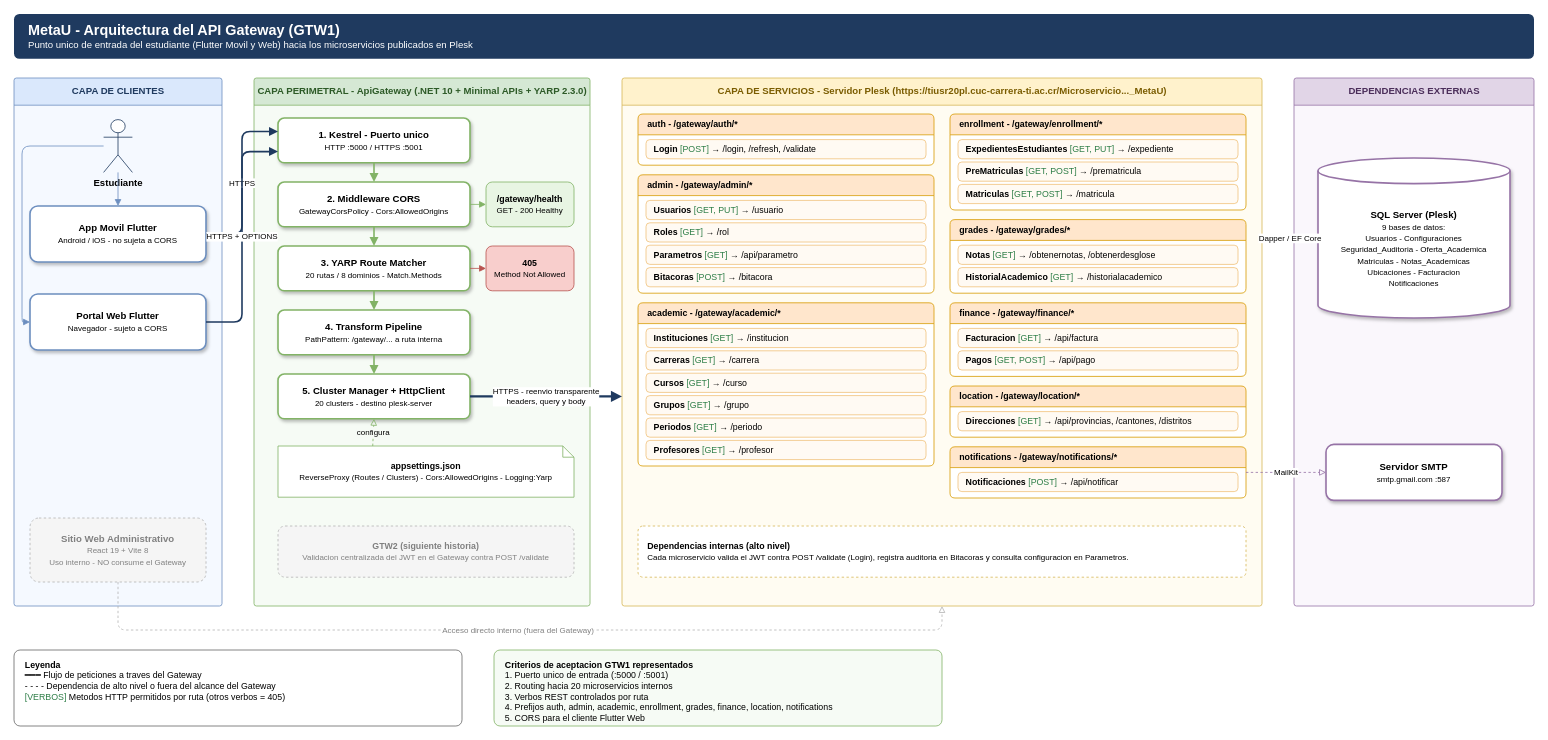
AskingManCode/MetaU keeps this draw.io diagram as Documentacion/Diagramas Generales/Diagrama_Arquitectura_APIGateway.drawio. Above is the earlier version. Source tidied: cells renumbered, new cells numbered last; positions are measured from the earlier drawing's top-left corner, leaving out a move shared by most shapes. Both pictures are drawn from the tidied source at 80%, with x=0, y=0 at pixel (14, 14).
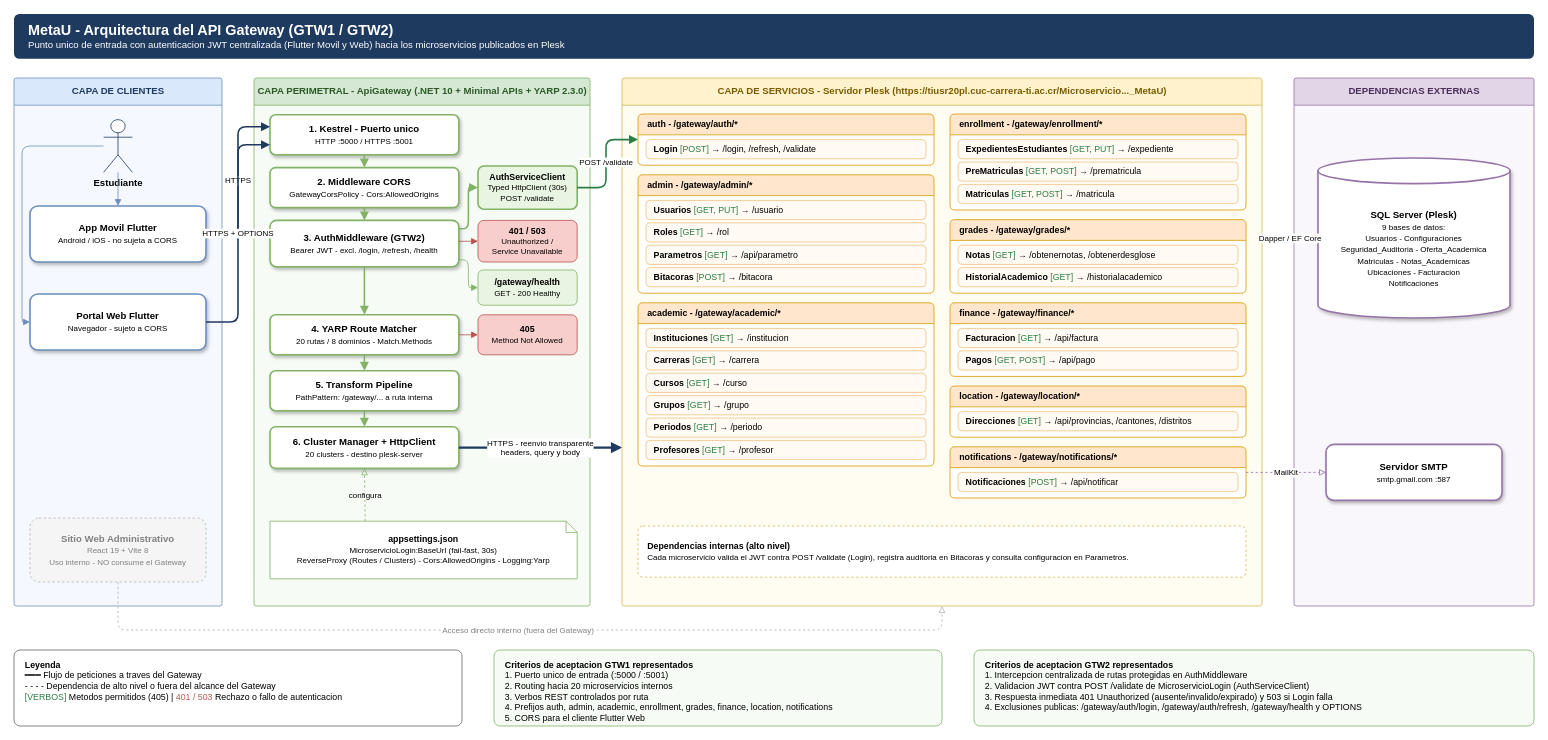
The same page after the edit.

Commit message (it also covers changes not shown here):
docs: actualizar READMEs y diagrama de arquitectura para GTW2

The change refers to these unchanged cells:
```xml
<mxCell id="8" value="CAPA PERIMETRAL - ApiGateway (.NET 10 + Minimal APIs + YARP 2.3.0)" style="swimlane;startSize=34;html=1;rounded=1;arcSize=3;fillColor=#D5E8D4;strokeColor=#82B366;swimlaneFillColor=#F6FBF5;fontStyle=1;fontSize=12;fontColor=#2D5A27;" parent="1" vertex="1">
  <mxGeometry x="300" y="80" width="420" height="660" as="geometry" />
</mxCell>
<mxCell id="18" value="CAPA DE SERVICIOS - Servidor Plesk (https://tiusr20pl.cuc-carrera-ti.ac.cr/Microservicio..._MetaU)" style="swimlane;startSize=34;html=1;rounded=1;arcSize=3;fillColor=#FFF2CC;strokeColor=#D6B656;swimlaneFillColor=#FFFCF2;fontStyle=1;fontSize=12;fontColor=#7A5C00;" parent="1" vertex="1">
  <mxGeometry x="760" y="80" width="800" height="660" as="geometry" />
</mxCell>
<mxCell id="19" value="auth  -  /gateway/auth/*" style="swimlane;startSize=26;html=1;rounded=1;arcSize=8;fillColor=#FFE6CC;strokeColor=#D79B00;swimlaneFillColor=#FFFFFF;fontStyle=1;fontSize=11;align=left;spacingLeft=10;" parent="18" vertex="1">
  <mxGeometry x="20" y="45" width="370" height="64" as="geometry" />
</mxCell>
```

Diff of the diagram source:
```diff
@@
-    <mxCell id="2" value="&lt;b&gt;&lt;font style='font-size:18px'&gt;MetaU - Arquitectura del API Gateway (GTW1)&lt;/font&gt;&lt;/b&gt;&lt;br&gt;Punto unico de entrada del estudiante (Flutter Movil y Web) hacia los microservicios publicados en Plesk" style="rounded=1;arcSize=12;whiteSpace=wrap;html=1;fillColor=#1F3A5F;strokeColor=none;fontColor=#FFFFFF;fontSize=12;align=left;spacingLeft=16;" parent="1" vertex="1">
+    <mxCell id="2" value="&lt;b&gt;&lt;font style='font-size:18px'&gt;MetaU - Arquitectura del API Gateway (GTW1 / GTW2)&lt;/font&gt;&lt;/b&gt;&lt;br&gt;Punto unico de entrada con autenticacion JWT centralizada (Flutter Movil y Web) hacia los microservicios publicados en Plesk" style="rounded=1;arcSize=12;whiteSpace=wrap;html=1;fillColor=#1F3A5F;strokeColor=none;fontColor=#FFFFFF;fontSize=12;align=left;spacingLeft=16;" parent="1" vertex="1">
       <mxGeometry width="1900" height="56" as="geometry" />
     </mxCell>
@@
     <mxCell id="9" value="&lt;b&gt;1. Kestrel - Puerto unico&lt;/b&gt;&lt;br&gt;&lt;font style='font-size:10px'&gt;HTTP :5000 / HTTPS :5001&lt;/font&gt;" style="rounded=1;arcSize=14;whiteSpace=wrap;html=1;fillColor=#FFFFFF;strokeColor=#82B366;strokeWidth=2;shadow=1;fontSize=12;" parent="8" vertex="1">
-      <mxGeometry x="30" y="50" width="240" height="56" as="geometry" />
+      <mxGeometry x="20" y="46" width="236" height="50" as="geometry" />
     </mxCell>
     <mxCell id="10" value="&lt;b&gt;2. Middleware CORS&lt;/b&gt;&lt;br&gt;&lt;font style='font-size:10px'&gt;GatewayCorsPolicy - Cors:AllowedOrigins&lt;/font&gt;" style="rounded=1;arcSize=14;whiteSpace=wrap;html=1;fillColor=#FFFFFF;strokeColor=#82B366;strokeWidth=2;shadow=1;fontSize=12;" parent="8" vertex="1">
-      <mxGeometry x="30" y="130" width="240" height="56" as="geometry" />
+      <mxGeometry x="20" y="112" width="236" height="50" as="geometry" />
     </mxCell>
+    <mxCell id="68" value="&lt;b&gt;3. AuthMiddleware (GTW2)&lt;/b&gt;&lt;br&gt;&lt;font style='font-size:10px'&gt;Bearer JWT - excl. /login, /refresh, /health&lt;/font&gt;" style="rounded=1;arcSize=14;whiteSpace=wrap;html=1;fillColor=#FFFFFF;strokeColor=#82B366;strokeWidth=2;shadow=1;fontSize=12;" parent="8" vertex="1">
+      <mxGeometry x="20" y="178" width="236" height="58" as="geometry" />
+    </mxCell>
-    <mxCell id="11" value="&lt;b&gt;3. YARP Route Matcher&lt;/b&gt;&lt;br&gt;&lt;font style='font-size:10px'&gt;20 rutas / 8 dominios - Match.Methods&lt;/font&gt;" style="rounded=1;arcSize=14;whiteSpace=wrap;html=1;fillColor=#FFFFFF;strokeColor=#82B366;strokeWidth=2;shadow=1;fontSize=12;" parent="8" vertex="1">
-      <mxGeometry x="30" y="210" width="240" height="56" as="geometry" />
+    <mxCell id="11" value="&lt;b&gt;4. YARP Route Matcher&lt;/b&gt;&lt;br&gt;&lt;font style='font-size:10px'&gt;20 rutas / 8 dominios - Match.Methods&lt;/font&gt;" style="rounded=1;arcSize=14;whiteSpace=wrap;html=1;fillColor=#FFFFFF;strokeColor=#82B366;strokeWidth=2;shadow=1;fontSize=12;" parent="8" vertex="1">
+      <mxGeometry x="20" y="296" width="236" height="50" as="geometry" />
     </mxCell>
-    <mxCell id="12" value="&lt;b&gt;4. Transform Pipeline&lt;/b&gt;&lt;br&gt;&lt;font style='font-size:10px'&gt;PathPattern: /gateway/... a ruta interna&lt;/font&gt;" style="rounded=1;arcSize=14;whiteSpace=wrap;html=1;fillColor=#FFFFFF;strokeColor=#82B366;strokeWidth=2;shadow=1;fontSize=12;" parent="8" vertex="1">
-      <mxGeometry x="30" y="290" width="240" height="56" as="geometry" />
+    <mxCell id="12" value="&lt;b&gt;5. Transform Pipeline&lt;/b&gt;&lt;br&gt;&lt;font style='font-size:10px'&gt;PathPattern: /gateway/... a ruta interna&lt;/font&gt;" style="rounded=1;arcSize=14;whiteSpace=wrap;html=1;fillColor=#FFFFFF;strokeColor=#82B366;strokeWidth=2;shadow=1;fontSize=12;" parent="8" vertex="1">
+      <mxGeometry x="20" y="366" width="236" height="50" as="geometry" />
     </mxCell>
-    <mxCell id="13" value="&lt;b&gt;5. Cluster Manager + HttpClient&lt;/b&gt;&lt;br&gt;&lt;font style='font-size:10px'&gt;20 clusters - destino plesk-server&lt;/font&gt;" style="rounded=1;arcSize=14;whiteSpace=wrap;html=1;fillColor=#FFFFFF;strokeColor=#82B366;strokeWidth=2;shadow=1;fontSize=12;" parent="8" vertex="1">
-      <mxGeometry x="30" y="370" width="240" height="56" as="geometry" />
+    <mxCell id="13" value="&lt;b&gt;6. Cluster Manager + HttpClient&lt;/b&gt;&lt;br&gt;&lt;font style='font-size:10px'&gt;20 clusters - destino plesk-server&lt;/font&gt;" style="rounded=1;arcSize=14;whiteSpace=wrap;html=1;fillColor=#FFFFFF;strokeColor=#82B366;strokeWidth=2;shadow=1;fontSize=12;" parent="8" vertex="1">
+      <mxGeometry x="20" y="436" width="236" height="52" as="geometry" />
     </mxCell>
+    <mxCell id="69" value="&lt;b&gt;AuthServiceClient&lt;/b&gt;&lt;br&gt;&lt;font style='font-size:10px'&gt;Typed HttpClient (30s)&lt;br&gt;POST /validate&lt;/font&gt;" style="rounded=1;arcSize=14;whiteSpace=wrap;html=1;fillColor=#E8F5E3;strokeColor=#82B366;strokeWidth=2;fontSize=11;" parent="8" vertex="1">
+      <mxGeometry x="280" y="110" width="124" height="54" as="geometry" />
+    </mxCell>
+    <mxCell id="70" value="&lt;b&gt;401 / 503&lt;/b&gt;&lt;br&gt;&lt;font style='font-size:10px'&gt;Unauthorized /&lt;br&gt;Service Unavailable&lt;/font&gt;" style="rounded=1;arcSize=14;whiteSpace=wrap;html=1;fillColor=#F8CECC;strokeColor=#B85450;fontSize=11;" parent="8" vertex="1">
+      <mxGeometry x="280" y="178" width="124" height="52" as="geometry" />
+    </mxCell>
     <mxCell id="14" value="&lt;b&gt;/gateway/health&lt;/b&gt;&lt;br&gt;&lt;font style='font-size:10px'&gt;GET - 200 Healthy&lt;/font&gt;" style="rounded=1;arcSize=14;whiteSpace=wrap;html=1;fillColor=#E8F5E3;strokeColor=#82B366;fontSize=11;" parent="8" vertex="1">
-      <mxGeometry x="290" y="130" width="110" height="56" as="geometry" />
+      <mxGeometry x="280" y="240" width="124" height="44" as="geometry" />
     </mxCell>
     <mxCell id="15" value="&lt;b&gt;405&lt;/b&gt;&lt;br&gt;&lt;font style='font-size:10px'&gt;Method Not Allowed&lt;/font&gt;" style="rounded=1;arcSize=14;whiteSpace=wrap;html=1;fillColor=#F8CECC;strokeColor=#B85450;fontSize=11;" parent="8" vertex="1">
-      <mxGeometry x="290" y="210" width="110" height="56" as="geometry" />
+      <mxGeometry x="280" y="296" width="124" height="50" as="geometry" />
     </mxCell>
-    <mxCell id="16" value="&lt;b&gt;appsettings.json&lt;/b&gt;&lt;br&gt;&lt;font style='font-size:10px'&gt;ReverseProxy (Routes / Clusters) - Cors:AllowedOrigins - Logging:Yarp&lt;/font&gt;" style="shape=note;size=14;whiteSpace=wrap;html=1;fillColor=#FFFFFF;strokeColor=#82B366;fontSize=11;" parent="8" vertex="1">
-      <mxGeometry x="30" y="460" width="370" height="64" as="geometry" />
+    <mxCell id="16" value="&lt;b&gt;appsettings.json&lt;/b&gt;&lt;br&gt;&lt;font style='font-size:10px'&gt;MicroservicioLogin:BaseUrl (fail-fast, 30s)&lt;br&gt;ReverseProxy (Routes / Clusters) - Cors:AllowedOrigins - Logging:Yarp&lt;/font&gt;" style="shape=note;size=14;whiteSpace=wrap;html=1;fillColor=#FFFFFF;strokeColor=#82B366;fontSize=11;" parent="8" vertex="1">
+      <mxGeometry x="20" y="554" width="384" height="72" as="geometry" />
     </mxCell>
-    <mxCell id="17" value="&lt;b&gt;GTW2 (siguiente historia)&lt;/b&gt;&lt;br&gt;&lt;font style='font-size:10px'&gt;Validacion centralizada del JWT en el Gateway contra POST /validate&lt;/font&gt;" style="rounded=1;arcSize=14;whiteSpace=wrap;html=1;dashed=1;fillColor=#F5F5F5;strokeColor=#B3B3B3;fontColor=#808080;fontSize=11;" parent="8" vertex="1">
-      <mxGeometry x="30" y="560" width="370" height="64" as="geometry" />
-    </mxCell>
@@
-    <mxCell id="51" value="&lt;b&gt;Leyenda&lt;/b&gt;&lt;br&gt;━━━  Flujo de peticiones a traves del Gateway&lt;br&gt;- - - -  Dependencia de alto nivel o fuera del alcance del Gateway&lt;br&gt;&lt;font color='#2D7D46'&gt;[VERBOS]&lt;/font&gt;  Metodos HTTP permitidos por ruta (otros verbos = 405)" style="rounded=1;arcSize=8;whiteSpace=wrap;html=1;align=left;verticalAlign=top;spacingLeft=12;spacingTop=6;fillColor=#FFFFFF;strokeColor=#666666;fontSize=11;" parent="1" vertex="1">
+    <mxCell id="51" value="&lt;b&gt;Leyenda&lt;/b&gt;&lt;br&gt;━━━  Flujo de peticiones a traves del Gateway&lt;br&gt;- - - -  Dependencia de alto nivel o fuera del alcance del Gateway&lt;br&gt;&lt;font color='#2D7D46'&gt;[VERBOS]&lt;/font&gt;  Metodos permitidos (405)  |  &lt;font color='#B85450'&gt;401 / 503&lt;/font&gt;  Rechazo o fallo de autenticacion" style="rounded=1;arcSize=8;whiteSpace=wrap;html=1;align=left;verticalAlign=top;spacingLeft=12;spacingTop=6;fillColor=#FFFFFF;strokeColor=#666666;fontSize=11;" parent="1" vertex="1">
       <mxGeometry y="795" width="560" height="95" as="geometry" />
     </mxCell>
@@
+    <mxCell id="71" value="&lt;b&gt;Criterios de aceptacion GTW2 representados&lt;/b&gt;&lt;br&gt;1. Intercepcion centralizada de rutas protegidas en AuthMiddleware&lt;br&gt;2. Validacion JWT contra POST /validate de MicroservicioLogin (AuthServiceClient)&lt;br&gt;3. Respuesta inmediata 401 Unauthorized (ausente/invalido/expirado) y 503 si Login falla&lt;br&gt;4. Exclusiones publicas: /gateway/auth/login, /gateway/auth/refresh, /gateway/health y OPTIONS" style="rounded=1;arcSize=8;whiteSpace=wrap;html=1;align=left;verticalAlign=top;spacingLeft=12;spacingTop=6;fillColor=#F6FBF5;strokeColor=#82B366;fontSize=11;" parent="1" vertex="1">
+      <mxGeometry x="1200" y="795" width="700" height="95" as="geometry" />
+    </mxCell>
@@
-    <mxCell id="58" style="endArrow=block;endFill=1;html=1;strokeColor=#82B366;strokeWidth=2;" parent="1" edge="1" source="10" target="11">
+    <mxCell id="58" style="endArrow=block;endFill=1;html=1;strokeColor=#82B366;strokeWidth=2;" parent="1" edge="1" source="10" target="68">
       <mxGeometry relative="1" as="geometry" />
     </mxCell>
+    <mxCell id="72" style="endArrow=block;endFill=1;html=1;strokeColor=#82B366;strokeWidth=2;" parent="1" edge="1" source="68" target="11">
+      <mxGeometry relative="1" as="geometry" />
+    </mxCell>
@@
+    <mxCell id="73" style="edgeStyle=orthogonalEdgeStyle;rounded=1;endArrow=block;endFill=1;html=1;strokeColor=#82B366;strokeWidth=2;exitX=1;exitY=0.18;entryX=0;entryY=0.5;" parent="1" edge="1" source="68" target="69">
+      <mxGeometry relative="1" as="geometry">
+        <Array as="points">
+          <mxPoint x="568" y="268" />
+          <mxPoint x="568" y="217" />
+        </Array>
+      </mxGeometry>
+    </mxCell>
+    <mxCell id="74" value="POST /validate" style="edgeStyle=orthogonalEdgeStyle;rounded=1;endArrow=block;endFill=1;html=1;strokeColor=#2D7D46;strokeWidth=2;fontSize=10;labelBackgroundColor=#FFFFFF;exitX=1;exitY=0.5;entryX=0;entryY=0.5;" parent="1" edge="1" source="69" target="19">
+      <mxGeometry relative="1" as="geometry">
+        <Array as="points">
+          <mxPoint x="740" y="217" />
+          <mxPoint x="740" y="157" />
+        </Array>
+      </mxGeometry>
+    </mxCell>
+    <mxCell id="75" style="endArrow=block;endFill=1;html=1;strokeColor=#B85450;exitX=1;exitY=0.45;entryX=0;entryY=0.5;" parent="1" edge="1" source="68" target="70">
+      <mxGeometry relative="1" as="geometry" />
+    </mxCell>
-    <mxCell id="61" style="endArrow=block;endFill=1;html=1;strokeColor=#82B366;" parent="1" edge="1" source="10" target="14">
-      <mxGeometry relative="1" as="geometry" />
+    <mxCell id="61" style="edgeStyle=orthogonalEdgeStyle;rounded=1;endArrow=block;endFill=1;html=1;strokeColor=#82B366;exitX=1;exitY=0.85;entryX=0;entryY=0.5;" parent="1" edge="1" source="68" target="14">
+      <mxGeometry relative="1" as="geometry">
+        <Array as="points">
+          <mxPoint x="568" y="307" />
+          <mxPoint x="568" y="342" />
+        </Array>
+      </mxGeometry>
     </mxCell>
@@
-    <mxCell id="63" value="configura" style="endArrow=block;endFill=0;html=1;dashed=1;strokeColor=#82B366;fontSize=10;labelBackgroundColor=#F6FBF5;exitX=0.32;exitY=0;entryX=0.5;entryY=1;" parent="1" edge="1" source="16" target="13">
+    <mxCell id="63" value="configura" style="endArrow=block;endFill=0;html=1;dashed=1;strokeColor=#82B366;fontSize=10;labelBackgroundColor=#F6FBF5;exitX=0.31;exitY=0;entryX=0.5;entryY=1;" parent="1" edge="1" source="16" target="13">
       <mxGeometry relative="1" as="geometry" />
     </mxCell>
-    <mxCell id="64" value="HTTPS - reenvio transparente&lt;br&gt;headers, query y body" style="endArrow=block;endFill=1;html=1;strokeColor=#1F3A5F;strokeWidth=3;fontSize=10;labelBackgroundColor=#FFFFFF;exitX=1;exitY=0.5;entryX=0;entryY=0.603;" parent="1" edge="1" source="13" target="18">
+    <mxCell id="64" value="HTTPS - reenvio transparente&lt;br&gt;headers, query y body" style="endArrow=block;endFill=1;html=1;strokeColor=#1F3A5F;strokeWidth=3;fontSize=10;labelBackgroundColor=#FFFFFF;exitX=1;exitY=0.5;entryX=0;entryY=0.70;" parent="1" edge="1" source="13" target="18">
       <mxGeometry relative="1" as="geometry" />
     </mxCell>
```
